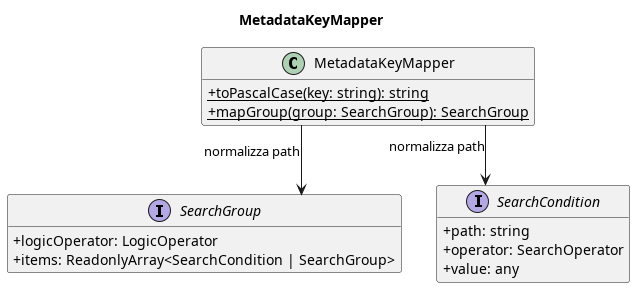
Earlier version of the PlantUML export out/3_PB/DocumentiEsterni/DiagrammiSpecificaTecnica/C4/C4_backend_Search/C4_backend_Search-11.png (7-ZPUs/Docs). Source of this version:
```plantuml
@startuml
title MetadataKeyMapper

skinparam classAttributeIconSize 0
skinparam linetype ortho
hide empty members

class MetadataKeyMapper {
    + {static} toPascalCase(key: string): string
    + {static} mapGroup(group: SearchGroup): SearchGroup
}
interface SearchGroup {
    + logicOperator: LogicOperator
    + items: ReadonlyArray<SearchCondition | SearchGroup>
}
interface SearchCondition {
    + path: string
    + operator: SearchOperator
    + value: any
}

MetadataKeyMapper --> SearchGroup     : normalizza path
MetadataKeyMapper --> SearchCondition : normalizza path

@enduml
```
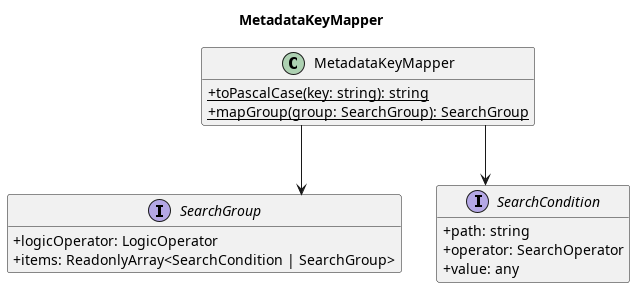
Above is the later version.

Change to the diagram source:
```diff
@@ -19,7 +19,7 @@
     + value: any
 }
 
-MetadataKeyMapper --> SearchGroup     : normalizza path
-MetadataKeyMapper --> SearchCondition : normalizza path
+MetadataKeyMapper --> SearchGroup
+MetadataKeyMapper --> SearchCondition
 
 @enduml
```
